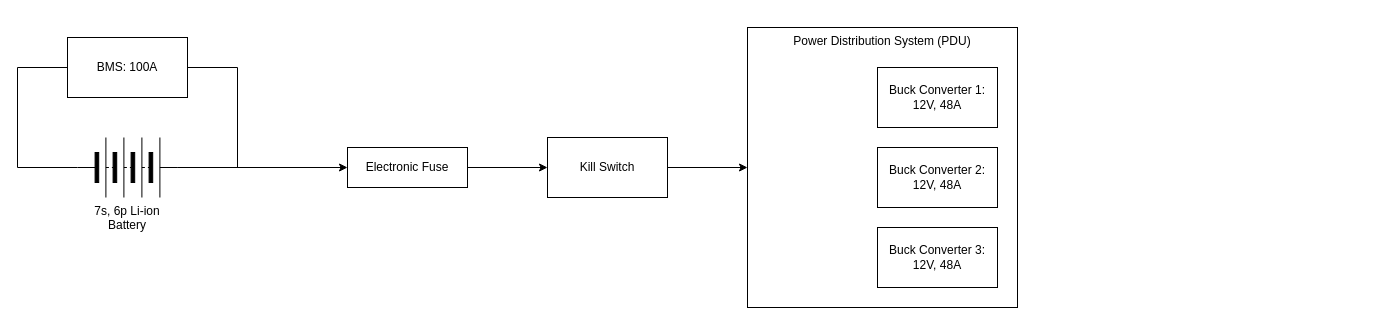
Above: Circuit-Diagram.drawio in Uvic-Robotics-Club/Circuit-Diagram (draw.io), before the change. Source tidied: cells renumbered, new cells numbered last; positions are measured from the earlier drawing's top-left corner, leaving out a move shared by most shapes. Both pictures are drawn from the tidied source at 100%, with x=0, y=0 at pixel (17, 27).
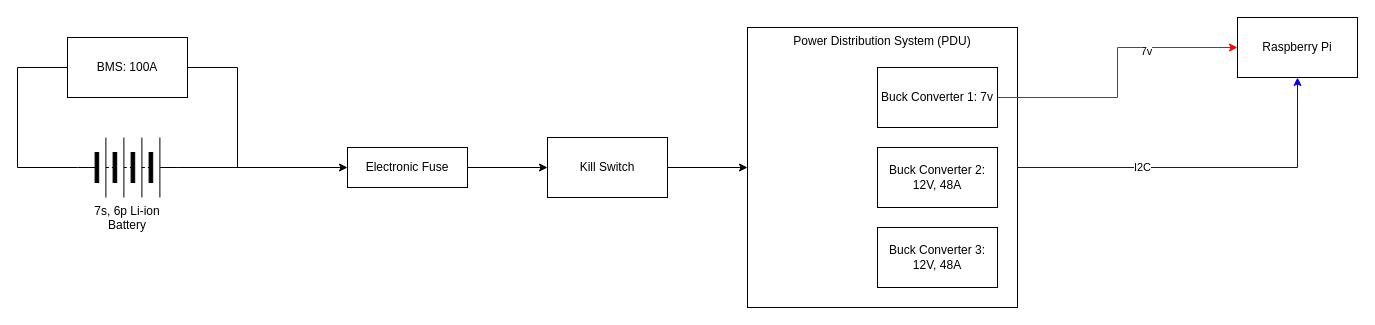
Above is the later version.

Unchanged cells that the change refers to:
```xml
<mxCell id="11" value="Power Distribution System (PDU)" style="whiteSpace=wrap;html=1;shadow=0;dashed=0;verticalAlign=top;" parent="1" vertex="1">
  <mxGeometry x="730" width="270" height="280" as="geometry" />
</mxCell>
```

The edit, as a diff of the source:
```diff
@@
+    <mxCell id="15" style="edgeStyle=orthogonalEdgeStyle;rounded=0;jettySize=auto;html=1;entryX=0.5;entryY=1;entryDx=0;entryDy=0;strokeColor=#0000FF;" parent="1" edge="1" source="11" target="19">
+      <mxGeometry relative="1" as="geometry" />
+    </mxCell>
+    <mxCell id="16" value="I2C" style="edgeLabel;html=1;align=center;verticalAlign=middle;fontColor=#000000;" parent="15" vertex="1">
+      <mxGeometry x="-0.33" y="1" relative="1" as="geometry" />
+    </mxCell>
@@
+    <mxCell id="17" style="edgeStyle=orthogonalEdgeStyle;rounded=0;jettySize=auto;html=1;entryX=0;entryY=0.5;entryDx=0;entryDy=0;fontColor=#000000;strokeColor=#FF0000;" parent="1" edge="1" source="12" target="19">
+      <mxGeometry relative="1" as="geometry" />
+    </mxCell>
+    <mxCell id="18" value="7v" style="edgeLabel;html=1;align=center;verticalAlign=middle;fontColor=#000000;" parent="17" vertex="1">
+      <mxGeometry x="0.36" y="-3" relative="1" as="geometry">
+        <mxPoint x="1" as="offset" />
+      </mxGeometry>
+    </mxCell>
-    <mxCell id="12" value="Buck Converter 1: 12V, 48A" style="rounded=0;whiteSpace=wrap;html=1;" parent="1" vertex="1">
+    <mxCell id="12" value="Buck Converter 1: 7v" style="rounded=0;whiteSpace=wrap;html=1;" parent="1" vertex="1">
       <mxGeometry x="860" y="40" width="120" height="60" as="geometry" />
     </mxCell>
@@
+    <mxCell id="19" value="Raspberry Pi" style="whiteSpace=wrap;html=1;rounded=0;" parent="1" vertex="1">
+      <mxGeometry x="1220" y="-10" width="120" height="60" as="geometry" />
+    </mxCell>
```
